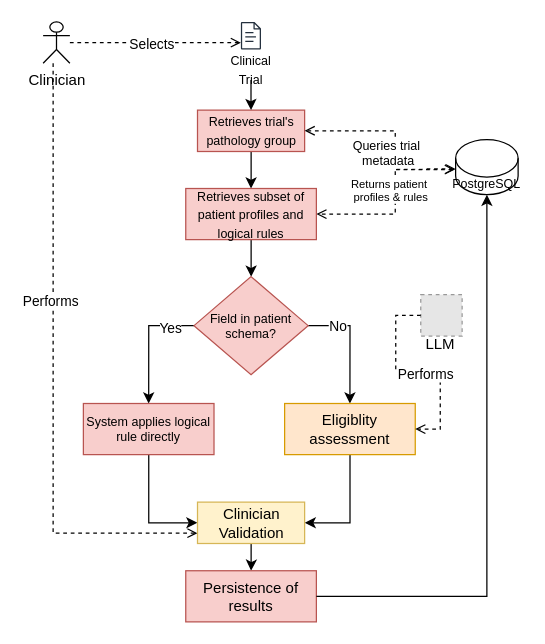
The draw.io diagram page "patient matching workflow" (4 of 4) of Flowchart/Flux-doctor_AsIs-ToBe.drawio in McDoritos/Internship---DOCS, before the edit. Source tidied: cells renumbered, new cells numbered last; positions are measured from the earlier drawing's top-left corner, leaving out a move shared by most shapes. Both pictures are drawn from the tidied source at 125%, with x=0, y=0 at pixel (42, 21). Pictures stored in the file or linked from it are replaced by grey dashed boxes.
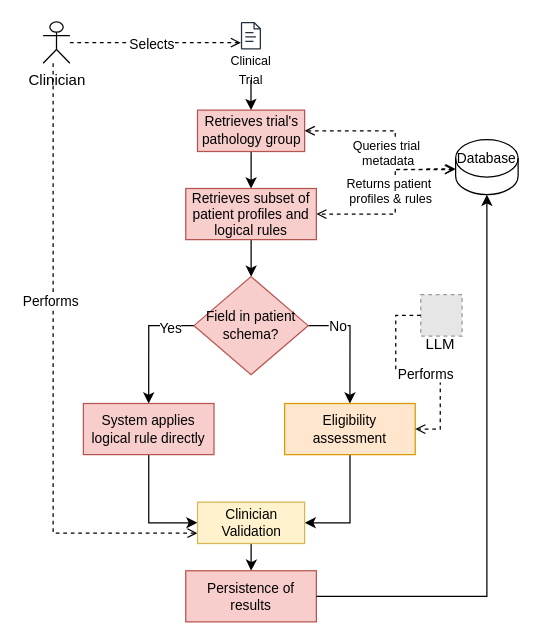
The same diagram, later.

What changed in the source:
```diff
@@
-    <mxCell id="11" value="&lt;font style=&quot;font-size: 10px;&quot;&gt;PostgreSQL&lt;/font&gt;" style="shape=cylinder3;whiteSpace=wrap;html=1;boundedLbl=1;backgroundOutline=1;size=15;" parent="1" vertex="1">
+    <mxCell id="11" style="shape=cylinder3;whiteSpace=wrap;html=1;boundedLbl=1;backgroundOutline=1;size=15;" parent="1" vertex="1">
       <mxGeometry x="330" y="94.1" width="50" height="44.1" as="geometry" />
     </mxCell>
@@
-    <mxCell id="16" value="&lt;font style=&quot;font-size: 10px;&quot;&gt;Retrieves trial's pathology group&lt;/font&gt;" style="rounded=0;whiteSpace=wrap;html=1;fillColor=#f8cecc;strokeColor=#b85450;" parent="1" vertex="1">
+    <mxCell id="16" value="&lt;font&gt;Retrieves trial's pathology group&lt;/font&gt;" style="rounded=0;whiteSpace=wrap;html=1;fillColor=#f8cecc;strokeColor=#b85450;fontSize=11;" parent="1" vertex="1">
       <mxGeometry x="123.5" y="70.6" width="85.7" height="33.1" as="geometry" />
     </mxCell>
@@
-    <mxCell id="21" value="&lt;font style=&quot;font-size: 10px;&quot;&gt;Retrieves subset of patient profiles and logical rules&lt;/font&gt;" style="rounded=0;whiteSpace=wrap;html=1;fillColor=#f8cecc;strokeColor=#b85450;" parent="1" vertex="1">
+    <mxCell id="21" value="&lt;font&gt;Retrieves subset of patient profiles and logical rules&lt;/font&gt;" style="rounded=0;whiteSpace=wrap;html=1;fillColor=#f8cecc;strokeColor=#b85450;fontSize=11;" parent="1" vertex="1">
       <mxGeometry x="114.1" y="133.3" width="104.5" height="40.9" as="geometry" />
     </mxCell>
-    <mxCell id="22" value="Returns patient&amp;nbsp;&lt;div&gt;profiles &amp;amp; rules&lt;/div&gt;" style="edgeLabel;html=1;align=center;verticalAlign=middle;fontSize=9;" parent="1" vertex="1">
+    <mxCell id="22" value="Returns patient&amp;nbsp;&lt;div&gt;profiles &amp;amp; rules&lt;/div&gt;" style="edgeLabel;html=1;align=center;verticalAlign=middle;fontSize=10;" parent="1" vertex="1">
       <mxGeometry x="281.7" y="140" as="geometry">
         <mxPoint x="-4" y="-6" as="offset" />
       </mxGeometry>
     </mxCell>
@@
-    <mxCell id="27" value="Field in&amp;nbsp;&lt;span style=&quot;background-color: transparent; color: light-dark(rgb(0, 0, 0), rgb(255, 255, 255));&quot;&gt;patient schema?&lt;/span&gt;" style="rhombus;whiteSpace=wrap;html=1;fillColor=#f8cecc;strokeColor=#b85450;rounded=0;fontSize=10;" parent="1" vertex="1">
+    <mxCell id="27" value="Field in&amp;nbsp;&lt;span style=&quot;background-color: transparent; color: light-dark(rgb(0, 0, 0), rgb(255, 255, 255));&quot;&gt;patient schema?&lt;/span&gt;" style="rhombus;whiteSpace=wrap;html=1;fillColor=#f8cecc;strokeColor=#b85450;rounded=0;fontSize=11;" parent="1" vertex="1">
       <mxGeometry x="120.7" y="203.8" width="91.3" height="78.4" as="geometry" />
     </mxCell>
@@
-    <mxCell id="29" value="System applies logical rule directly" style="rounded=0;whiteSpace=wrap;html=1;fillColor=#f8cecc;strokeColor=#b85450;fontSize=10;" parent="1" vertex="1">
+    <mxCell id="29" value="&lt;font style=&quot;font-size: 11px;&quot;&gt;System applies logical rule directly&lt;/font&gt;" style="rounded=0;whiteSpace=wrap;html=1;fillColor=#f8cecc;strokeColor=#b85450;fontSize=10;" parent="1" vertex="1">
       <mxGeometry x="32.2" y="305.3" width="104.5" height="40.9" as="geometry" />
     </mxCell>
@@
-    <mxCell id="31" value="Eligiblity assessment" style="rounded=0;whiteSpace=wrap;html=1;fillColor=#ffe6cc;strokeColor=#d79b00;" parent="1" vertex="1">
+    <mxCell id="31" value="&lt;font style=&quot;font-size: 11px;&quot;&gt;Eligibility assessment&lt;/font&gt;" style="rounded=0;whiteSpace=wrap;html=1;fillColor=#ffe6cc;strokeColor=#d79b00;fontSize=10;" parent="1" vertex="1">
       <mxGeometry x="193.2" y="305.3" width="104.5" height="40.9" as="geometry" />
     </mxCell>
@@
-    <mxCell id="35" value="Clinician Validation" style="rounded=0;whiteSpace=wrap;html=1;fillColor=#fff2cc;strokeColor=#d6b656;" parent="1" vertex="1">
+    <mxCell id="35" value="Clinician Validation" style="rounded=0;whiteSpace=wrap;html=1;fillColor=#fff2cc;strokeColor=#d6b656;fontSize=11;" parent="1" vertex="1">
       <mxGeometry x="123.5" y="384.2" width="85.7" height="33.1" as="geometry" />
     </mxCell>
-    <mxCell id="36" value="Persistence of results" style="rounded=0;whiteSpace=wrap;html=1;fillColor=#f8cecc;strokeColor=#b85450;" parent="1" vertex="1">
+    <mxCell id="36" value="Persistence of results" style="rounded=0;whiteSpace=wrap;html=1;fillColor=#f8cecc;strokeColor=#b85450;fontSize=11;" parent="1" vertex="1">
       <mxGeometry x="114.1" y="439.1" width="104.5" height="40.9" as="geometry" />
     </mxCell>
@@
+    <mxCell id="38" value="Database" style="text;html=1;whiteSpace=wrap;strokeColor=none;fillColor=none;align=center;verticalAlign=middle;rounded=0;fontSize=11;" parent="1" vertex="1">
+      <mxGeometry x="325" y="94.1" width="60" height="30" as="geometry" />
+    </mxCell>
```
